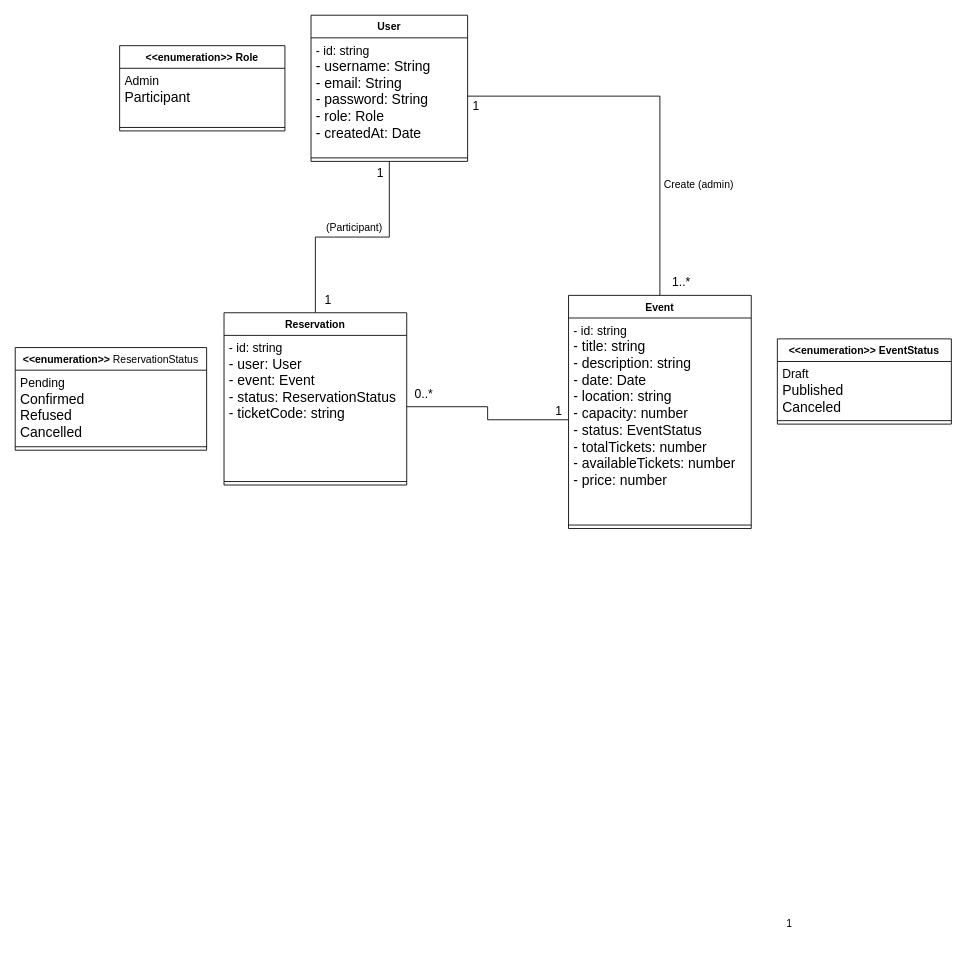
This is uml/TicketaUML.drawio from Abdelilah-Ajjouqa/Ticketa, a draw.io file, before an edit. Source tidied: cells renumbered, new cells numbered last; positions are measured from the earlier drawing's top-left corner, leaving out a move shared by most shapes. Both pictures are drawn from the tidied source at 87%, with x=0, y=0 at pixel (15, 15).
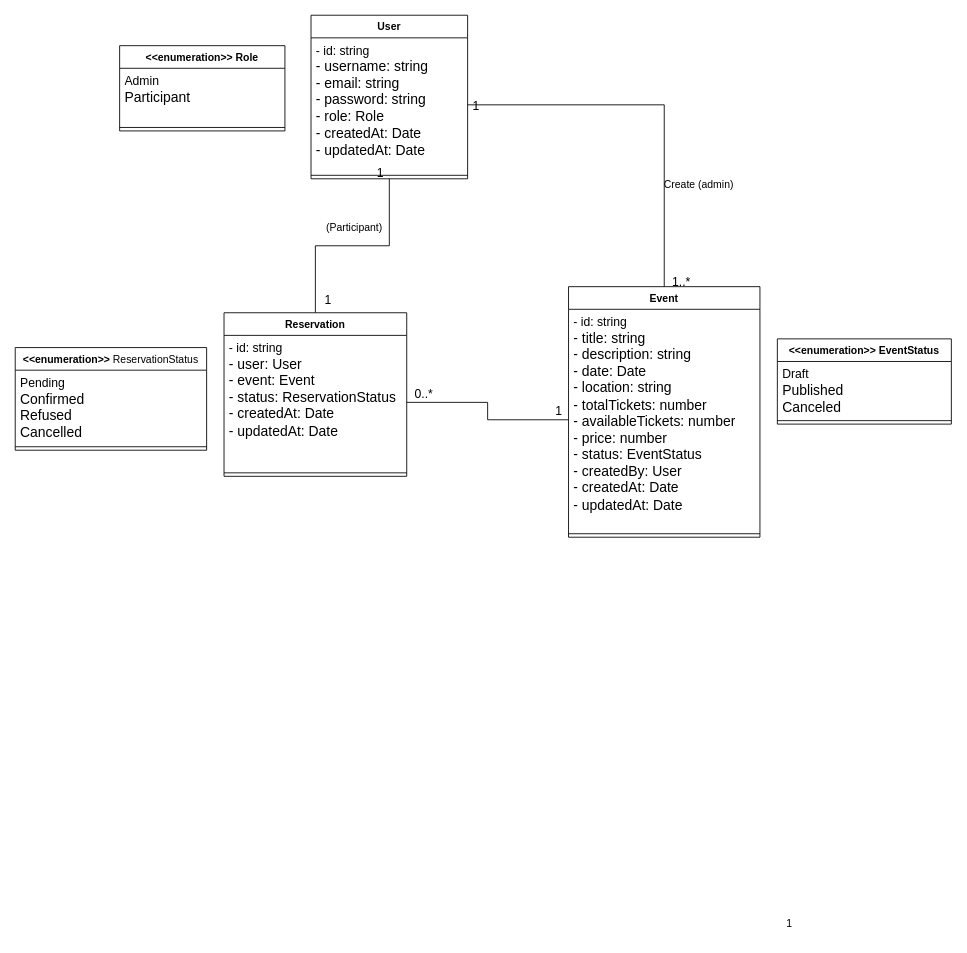
Above is the later version.

Commit message (it also covers changes not shown here):
feat: update API version to 1.1 and adjust UML diagram dimensions for user, event, and reservation models

Change to the diagram source:
```diff
@@
     <mxCell id="3" value="User" style="swimlane;fontStyle=1;align=center;verticalAlign=top;horizontal=1;startSize=26;whiteSpace=wrap;html=1;" parent="1" vertex="1">
-      <mxGeometry x="340" width="180" height="168" as="geometry" />
+      <mxGeometry x="340" width="180" height="188" as="geometry" />
     </mxCell>
-    <mxCell id="4" value="&lt;font style=&quot;font-size: 14px;&quot;&gt;- id: string&lt;/font&gt;&lt;div&gt;&lt;font size=&quot;3&quot;&gt;- username: String&lt;br&gt;&lt;/font&gt;&lt;div&gt;&lt;font size=&quot;3&quot;&gt;        - email: String&lt;br&gt;        - password: String&lt;br&gt;        - role: Role&lt;br&gt;        - createdAt: Date&lt;/font&gt;&lt;/div&gt;&lt;/div&gt;" style="text;strokeColor=none;fillColor=none;align=left;verticalAlign=top;spacingLeft=4;spacingRight=4;overflow=hidden;points=[[0,0.5],[1,0.5]];portConstraint=eastwest;whiteSpace=wrap;html=1;" parent="3" vertex="1">
-      <mxGeometry y="26" width="180" height="134" as="geometry" />
+    <mxCell id="4" value="&lt;font style=&quot;font-size: 14px;&quot;&gt;- id: string&lt;/font&gt;&lt;div&gt;&lt;font size=&quot;3&quot;&gt;- username: string&lt;br&gt;&lt;/font&gt;&lt;div&gt;&lt;font size=&quot;3&quot;&gt;- email: string&lt;br&gt;- password: string&lt;br&gt;- role: Role&lt;br&gt;- createdAt: Date&lt;br&gt;- updatedAt: Date&lt;/font&gt;&lt;/div&gt;&lt;/div&gt;" style="text;strokeColor=none;fillColor=none;align=left;verticalAlign=top;spacingLeft=4;spacingRight=4;overflow=hidden;points=[[0,0.5],[1,0.5]];portConstraint=eastwest;whiteSpace=wrap;html=1;" parent="3" vertex="1">
+      <mxGeometry y="26" width="180" height="154" as="geometry" />
     </mxCell>
     <mxCell id="5" style="line;strokeWidth=1;fillColor=none;align=left;verticalAlign=middle;spacingTop=-1;spacingLeft=3;spacingRight=3;labelPosition=right;strokeColor=inherit;" parent="3" vertex="1">
-      <mxGeometry y="160" width="180" height="8" as="geometry" />
+      <mxGeometry y="180" width="180" height="8" as="geometry" />
     </mxCell>
     <mxCell id="6" value="Event" style="swimlane;fontStyle=1;align=center;verticalAlign=top;horizontal=1;startSize=26;whiteSpace=wrap;html=1;" parent="1" vertex="1">
-      <mxGeometry x="636" y="322" width="210" height="268" as="geometry" />
+      <mxGeometry x="636" y="312" width="220" height="288" as="geometry" />
     </mxCell>
-    <mxCell id="7" value="&lt;font style=&quot;font-size: 14px;&quot;&gt;- id: string&lt;/font&gt;&lt;div&gt;&lt;font size=&quot;3&quot;&gt;- title: string&lt;/font&gt;&lt;/div&gt;&lt;div&gt;&lt;font size=&quot;3&quot;&gt;- description: string&lt;/font&gt;&lt;/div&gt;&lt;div&gt;&lt;font size=&quot;3&quot;&gt;- date: Date&lt;/font&gt;&lt;/div&gt;&lt;div&gt;&lt;font size=&quot;3&quot;&gt;- location: string&lt;/font&gt;&lt;/div&gt;&lt;div&gt;&lt;font size=&quot;3&quot;&gt;- capacity: number&lt;/font&gt;&lt;/div&gt;&lt;div&gt;&lt;font size=&quot;3&quot;&gt;- status: EventStatus&lt;/font&gt;&lt;/div&gt;&lt;div&gt;&lt;font size=&quot;3&quot;&gt;- totalTickets: number&lt;/font&gt;&lt;/div&gt;&lt;div&gt;&lt;font size=&quot;3&quot;&gt;- availableTickets: number&lt;/font&gt;&lt;/div&gt;&lt;div&gt;&lt;font size=&quot;3&quot;&gt;- price: number&lt;/font&gt;&lt;/div&gt;" style="text;strokeColor=none;fillColor=none;align=left;verticalAlign=top;spacingLeft=4;spacingRight=4;overflow=hidden;points=[[0,0.5],[1,0.5]];portConstraint=eastwest;whiteSpace=wrap;html=1;" parent="6" vertex="1">
-      <mxGeometry y="26" width="210" height="234" as="geometry" />
+    <mxCell id="7" value="&lt;font style=&quot;font-size: 14px;&quot;&gt;- id: string&lt;/font&gt;&lt;div&gt;&lt;font size=&quot;3&quot;&gt;- title: string&lt;/font&gt;&lt;/div&gt;&lt;div&gt;&lt;font size=&quot;3&quot;&gt;- description: string&lt;/font&gt;&lt;/div&gt;&lt;div&gt;&lt;font size=&quot;3&quot;&gt;- date: Date&lt;/font&gt;&lt;/div&gt;&lt;div&gt;&lt;font size=&quot;3&quot;&gt;- location: string&lt;/font&gt;&lt;/div&gt;&lt;div&gt;&lt;font size=&quot;3&quot;&gt;- totalTickets: number&lt;/font&gt;&lt;/div&gt;&lt;div&gt;&lt;font size=&quot;3&quot;&gt;- availableTickets: number&lt;/font&gt;&lt;/div&gt;&lt;div&gt;&lt;font size=&quot;3&quot;&gt;- price: number&lt;/font&gt;&lt;/div&gt;&lt;div&gt;&lt;font size=&quot;3&quot;&gt;- status: EventStatus&lt;/font&gt;&lt;/div&gt;&lt;div&gt;&lt;font size=&quot;3&quot;&gt;- createdBy: User&lt;/font&gt;&lt;/div&gt;&lt;div&gt;&lt;font size=&quot;3&quot;&gt;- createdAt: Date&lt;/font&gt;&lt;/div&gt;&lt;div&gt;&lt;font size=&quot;3&quot;&gt;- updatedAt: Date&lt;/font&gt;&lt;/div&gt;" style="text;strokeColor=none;fillColor=none;align=left;verticalAlign=top;spacingLeft=4;spacingRight=4;overflow=hidden;points=[[0,0.5],[1,0.5]];portConstraint=eastwest;whiteSpace=wrap;html=1;" parent="6" vertex="1">
+      <mxGeometry y="26" width="220" height="254" as="geometry" />
     </mxCell>
     <mxCell id="8" style="line;strokeWidth=1;fillColor=none;align=left;verticalAlign=middle;spacingTop=-1;spacingLeft=3;spacingRight=3;labelPosition=right;strokeColor=inherit;" parent="6" vertex="1">
-      <mxGeometry y="260" width="210" height="8" as="geometry" />
+      <mxGeometry y="280" width="220" height="8" as="geometry" />
     </mxCell>
-    <mxCell id="9" value="Reservation " style="swimlane;fontStyle=1;align=center;verticalAlign=top;horizontal=1;startSize=26;whiteSpace=wrap;html=1;" parent="1" vertex="1">
-      <mxGeometry x="240" y="342" width="210" height="198" as="geometry" />
+    <mxCell id="9" value="Reservation" style="swimlane;fontStyle=1;align=center;verticalAlign=top;horizontal=1;startSize=26;whiteSpace=wrap;html=1;" parent="1" vertex="1">
+      <mxGeometry x="240" y="342" width="210" height="188" as="geometry" />
     </mxCell>
-    <mxCell id="10" value="&lt;font style=&quot;font-size: 14px;&quot;&gt;- id: string&lt;/font&gt;&lt;div&gt;&lt;font size=&quot;3&quot;&gt;- user: User&lt;/font&gt;&lt;/div&gt;&lt;div&gt;&lt;font size=&quot;3&quot;&gt;- event: Event&lt;/font&gt;&lt;/div&gt;&lt;div&gt;&lt;font size=&quot;3&quot;&gt;- status: ReservationStatus&lt;/font&gt;&lt;/div&gt;&lt;div&gt;&lt;font size=&quot;3&quot;&gt;- ticketCode: string&lt;/font&gt;&lt;/div&gt;" style="text;strokeColor=none;fillColor=none;align=left;verticalAlign=top;spacingLeft=4;spacingRight=4;overflow=hidden;points=[[0,0.5],[1,0.5]];portConstraint=eastwest;whiteSpace=wrap;html=1;" parent="9" vertex="1">
-      <mxGeometry y="26" width="210" height="164" as="geometry" />
+    <mxCell id="10" value="&lt;font style=&quot;font-size: 14px;&quot;&gt;- id: string&lt;/font&gt;&lt;div&gt;&lt;font size=&quot;3&quot;&gt;- user: User&lt;/font&gt;&lt;/div&gt;&lt;div&gt;&lt;font size=&quot;3&quot;&gt;- event: Event&lt;/font&gt;&lt;/div&gt;&lt;div&gt;&lt;font size=&quot;3&quot;&gt;- status: ReservationStatus&lt;/font&gt;&lt;/div&gt;&lt;div&gt;&lt;font size=&quot;3&quot;&gt;- createdAt: Date&lt;/font&gt;&lt;/div&gt;&lt;div&gt;&lt;font size=&quot;3&quot;&gt;- updatedAt: Date&lt;/font&gt;&lt;/div&gt;" style="text;strokeColor=none;fillColor=none;align=left;verticalAlign=top;spacingLeft=4;spacingRight=4;overflow=hidden;points=[[0,0.5],[1,0.5]];portConstraint=eastwest;whiteSpace=wrap;html=1;" parent="9" vertex="1">
+      <mxGeometry y="26" width="210" height="154" as="geometry" />
     </mxCell>
     <mxCell id="11" style="line;strokeWidth=1;fillColor=none;align=left;verticalAlign=middle;spacingTop=-1;spacingLeft=3;spacingRight=3;labelPosition=right;strokeColor=inherit;" parent="9" vertex="1">
-      <mxGeometry y="190" width="210" height="8" as="geometry" />
+      <mxGeometry y="180" width="210" height="8" as="geometry" />
     </mxCell>
```
